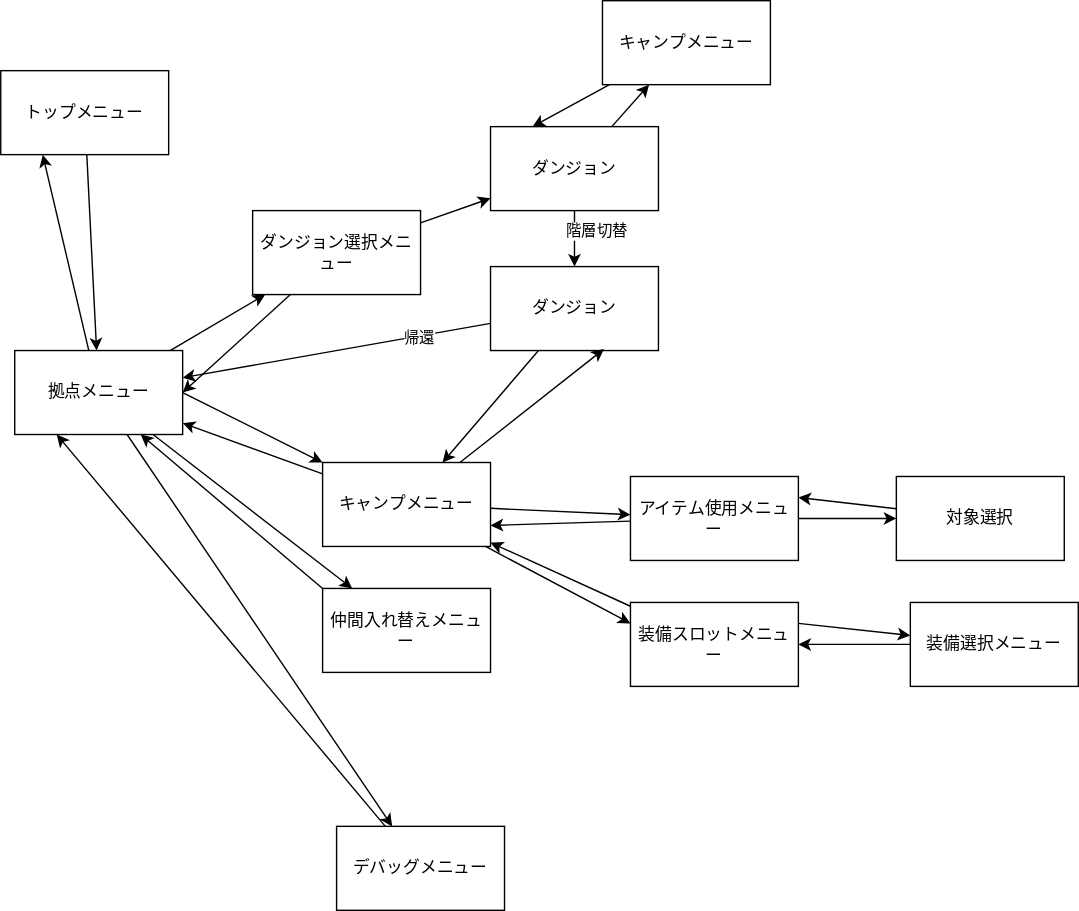
This is docs/images/20231210state.drawio.svg from kijimaD/ruins, a draw.io export, as it was before one commit. Source tidied: cells renumbered, new cells last; positions are measured from the earlier drawing's top-left corner, leaving out a move shared by most shapes.
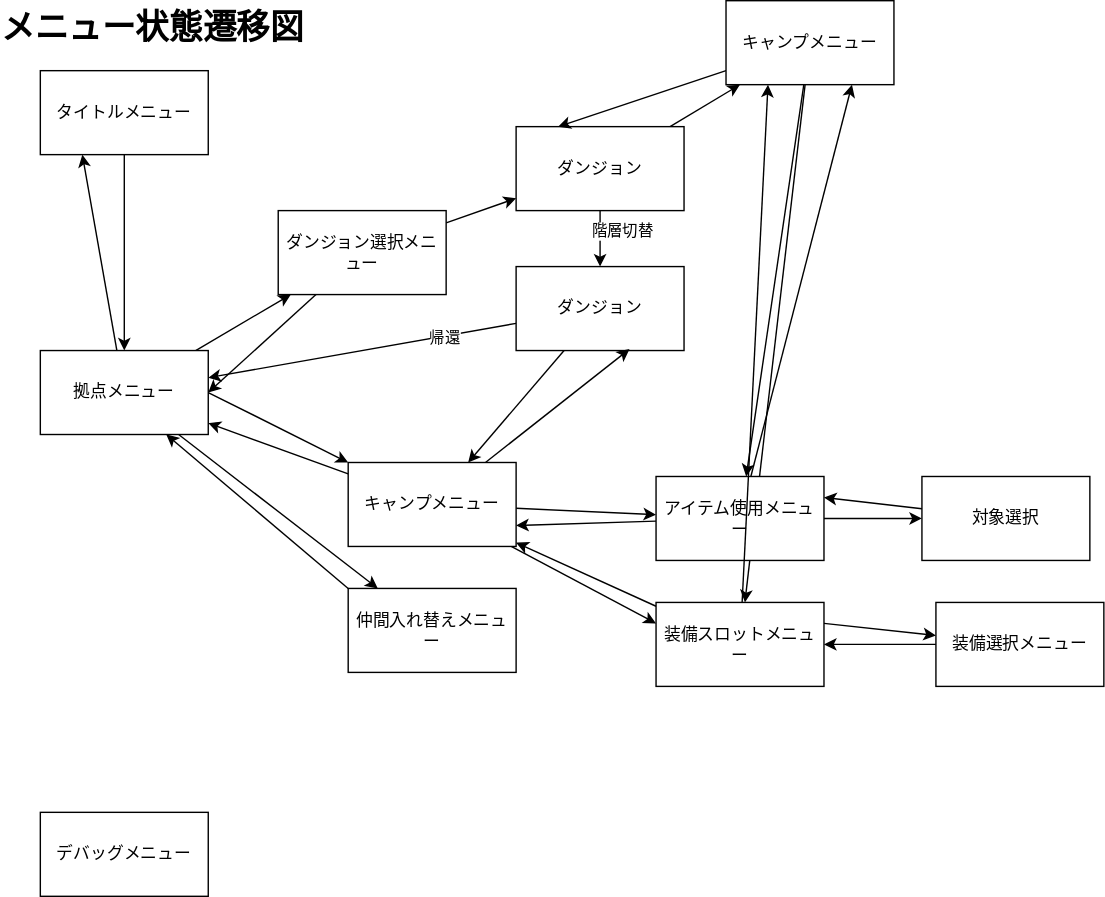
The same file after the commit.

What changed in the source:
```diff
@@ -5,9 +5,6 @@
     <mxCell id="2" style="edgeStyle=none;html=1;" parent="1" edge="1" source="7" target="20">
       <mxGeometry relative="1" as="geometry" />
     </mxCell>
-    <mxCell id="3" style="edgeStyle=none;html=1;" parent="1" edge="1" source="7" target="22">
-      <mxGeometry relative="1" as="geometry" />
-    </mxCell>
     <mxCell id="4" style="edgeStyle=none;html=1;entryX=0.25;entryY=1;entryDx=0;entryDy=0;" parent="1" edge="1" source="7" target="24">
       <mxGeometry relative="1" as="geometry" />
     </mxCell>
@@ -49,8 +46,14 @@
     <mxCell id="16" style="edgeStyle=none;html=1;entryX=0.25;entryY=0;entryDx=0;entryDy=0;" parent="1" edge="1" source="17" target="11">
       <mxGeometry relative="1" as="geometry" />
     </mxCell>
+    <mxCell id="42" style="edgeStyle=none;html=1;" parent="1" edge="1" source="17" target="27">
+      <mxGeometry relative="1" as="geometry" />
+    </mxCell>
+    <mxCell id="43" style="edgeStyle=none;html=1;" parent="1" edge="1" source="17" target="35">
+      <mxGeometry relative="1" as="geometry" />
+    </mxCell>
     <mxCell id="17" value="キャンプメニュー" style="whiteSpace=wrap;html=1;" parent="1" vertex="1">
-      <mxGeometry x="430" width="120" height="60" as="geometry" />
+      <mxGeometry x="500" width="120" height="60" as="geometry" />
     </mxCell>
     <mxCell id="18" style="edgeStyle=none;html=1;" parent="1" edge="1" source="20" target="11">
       <mxGeometry relative="1" as="geometry" />
@@ -61,17 +64,14 @@
     <mxCell id="20" value="ダンジョン選択メニュー" style="whiteSpace=wrap;html=1;" parent="1" vertex="1">
       <mxGeometry x="180" y="150" width="120" height="60" as="geometry" />
     </mxCell>
-    <mxCell id="21" style="edgeStyle=none;html=1;entryX=0.25;entryY=1;entryDx=0;entryDy=0;" parent="1" edge="1" source="22" target="7">
-      <mxGeometry relative="1" as="geometry" />
-    </mxCell>
     <mxCell id="22" value="デバッグメニュー" style="whiteSpace=wrap;html=1;" parent="1" vertex="1">
-      <mxGeometry x="240" y="590" width="120" height="60" as="geometry" />
+      <mxGeometry x="10" y="580" width="120" height="60" as="geometry" />
     </mxCell>
     <mxCell id="23" style="edgeStyle=none;html=1;" parent="1" edge="1" source="24" target="7">
       <mxGeometry relative="1" as="geometry" />
     </mxCell>
-    <mxCell id="24" value="トップメニュー" style="whiteSpace=wrap;html=1;" parent="1" vertex="1">
-      <mxGeometry y="50" width="120" height="60" as="geometry" />
+    <mxCell id="24" value="タイトルメニュー" style="whiteSpace=wrap;html=1;" parent="1" vertex="1">
+      <mxGeometry x="10" y="50" width="120" height="60" as="geometry" />
     </mxCell>
     <mxCell id="25" style="edgeStyle=none;html=1;entryX=1;entryY=0.75;entryDx=0;entryDy=0;" parent="1" edge="1" source="27" target="32">
       <mxGeometry relative="1" as="geometry" />
@@ -79,6 +79,9 @@
     <mxCell id="26" style="edgeStyle=none;html=1;" parent="1" edge="1" source="27" target="41">
       <mxGeometry relative="1" as="geometry" />
     </mxCell>
+    <mxCell id="44" style="edgeStyle=none;html=1;entryX=0.75;entryY=1;entryDx=0;entryDy=0;" parent="1" edge="1" source="27" target="17">
+      <mxGeometry relative="1" as="geometry" />
+    </mxCell>
     <mxCell id="27" value="アイテム使用メニュー" style="whiteSpace=wrap;html=1;" parent="1" vertex="1">
       <mxGeometry x="450" y="340" width="120" height="60" as="geometry" />
     </mxCell>
@@ -103,6 +106,9 @@
     <mxCell id="34" style="edgeStyle=none;html=1;exitX=1;exitY=0.25;exitDx=0;exitDy=0;" parent="1" edge="1" source="35" target="39">
       <mxGeometry relative="1" as="geometry" />
     </mxCell>
+    <mxCell id="45" style="edgeStyle=none;html=1;entryX=0.25;entryY=1;entryDx=0;entryDy=0;" parent="1" edge="1" source="35" target="17">
+      <mxGeometry relative="1" as="geometry" />
+    </mxCell>
     <mxCell id="35" value="装備スロットメニュー" style="whiteSpace=wrap;html=1;" parent="1" vertex="1">
       <mxGeometry x="450" y="430" width="120" height="60" as="geometry" />
     </mxCell>
@@ -124,5 +130,8 @@
     <mxCell id="41" value="対象選択" style="whiteSpace=wrap;html=1;" parent="1" vertex="1">
       <mxGeometry x="640" y="340" width="120" height="60" as="geometry" />
     </mxCell>
+    <mxCell id="46" value="メニュー状態遷移図" style="text;strokeColor=none;fillColor=none;html=1;fontSize=24;fontStyle=1;verticalAlign=middle;align=center;" parent="1" vertex="1">
+      <mxGeometry x="40" width="100" height="40" as="geometry" />
+    </mxCell>
   </root>
 </mxGraphModel>
```
